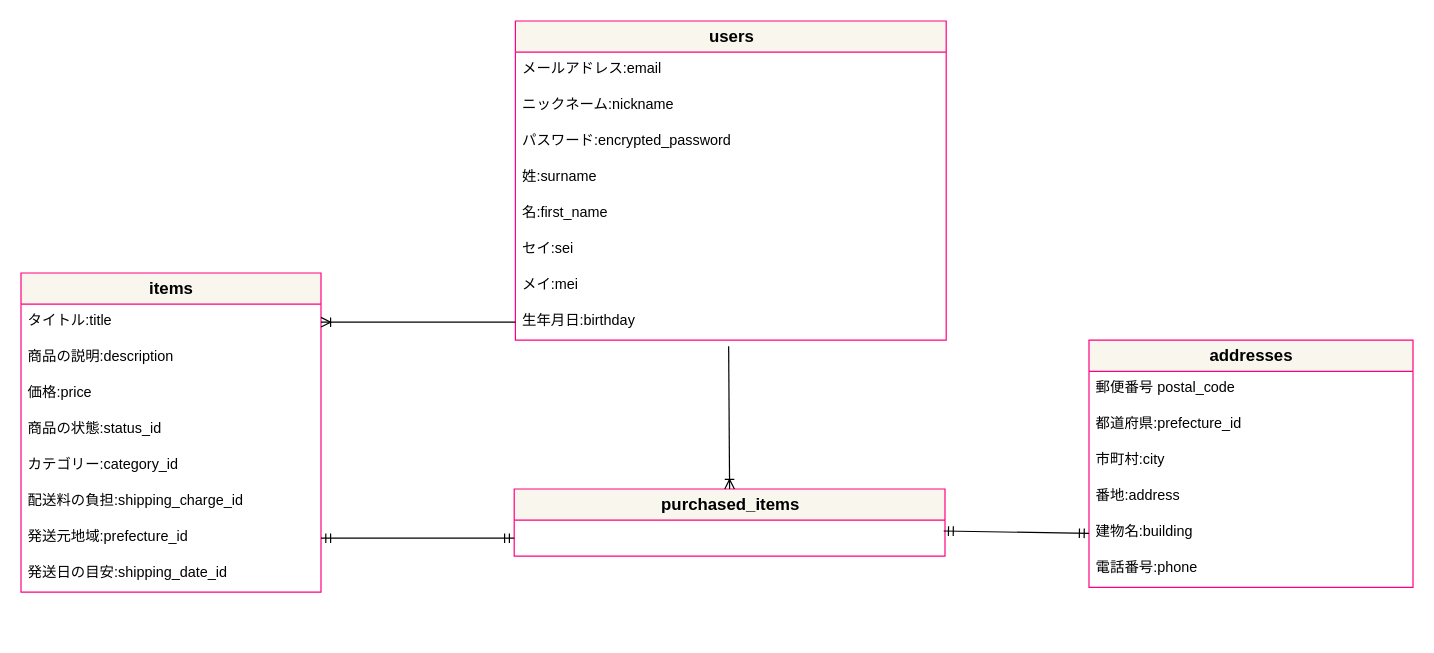
Before: er.dio in MikaArakawa/furima-35455, a draw.io diagram. Source tidied: cells renumbered, new cells numbered last; positions are measured from the earlier drawing's top-left corner, leaving out a move shared by most shapes. Both pictures are drawn from the tidied source at 120%, with x=0, y=0 at pixel (20, 20).
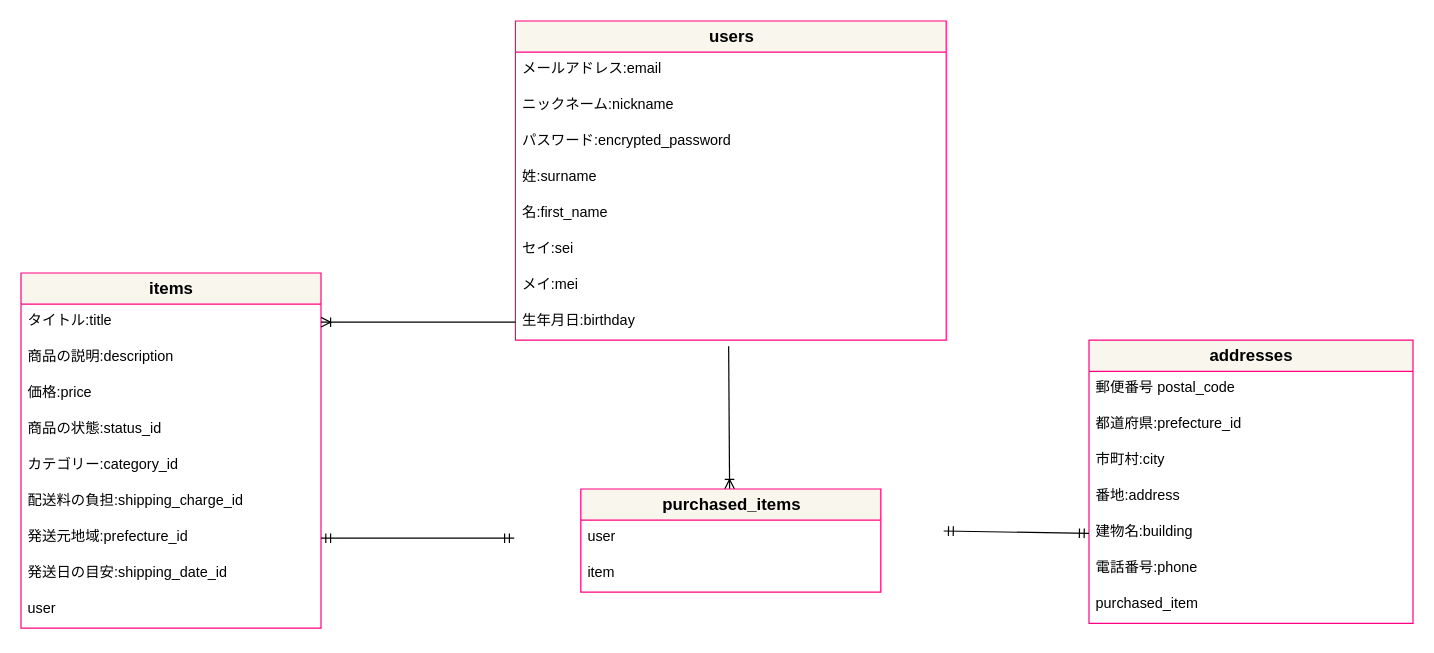
The same diagram, later.

Unchanged cells that the change refers to:
```xml
<mxCell id="27" value="生年月日:birthday" style="text;strokeColor=none;fillColor=none;spacingLeft=4;spacingRight=4;overflow=hidden;points=[[0,0.5],[1,0.5]];portConstraint=eastwest;fontSize=12;" parent="19" vertex="1">
  <mxGeometry y="236" width="359" height="30" as="geometry" />
</mxCell>
```

Change to the diagram source:
```diff
@@
     <mxCell id="2" value="&lt;font color=&quot;#000000&quot;&gt;&lt;b&gt;items&lt;/b&gt;&lt;/font&gt;" style="swimlane;fontStyle=0;horizontal=1;startSize=26;align=center;fontSize=14;strokeColor=#FF0080;fillColor=#f9f7ed;html=1;" parent="1" vertex="1">
-      <mxGeometry y="210" width="250" height="266" as="geometry" />
+      <mxGeometry y="210" width="250" height="296" as="geometry" />
     </mxCell>
@@
-    <mxCell id="11" value="&lt;font color=&quot;#000000&quot;&gt;&lt;b&gt;purchased_items&lt;/b&gt;&lt;/font&gt;" style="swimlane;fontStyle=0;horizontal=1;startSize=26;align=center;fontSize=14;strokeColor=#FF0080;fillColor=#f9f7ed;html=1;" parent="1" vertex="1">
-      <mxGeometry x="411" y="390" width="359" height="56" as="geometry" />
-    </mxCell>
+    <mxCell id="32" value="user" style="text;strokeColor=none;fillColor=none;spacingLeft=4;spacingRight=4;overflow=hidden;fontSize=12;" parent="2" vertex="1">
+      <mxGeometry y="266" width="250" height="30" as="geometry" />
+    </mxCell>
     <mxCell id="12" value="&lt;font color=&quot;#000000&quot;&gt;addresses&lt;/font&gt;" style="swimlane;fontStyle=1;horizontal=1;startSize=26;align=center;fontSize=14;strokeColor=#FF0080;fillColor=#f9f7ed;html=1;" parent="1" vertex="1">
-      <mxGeometry x="890" y="266" width="270" height="206" as="geometry" />
+      <mxGeometry x="890" y="266" width="270" height="236" as="geometry" />
     </mxCell>
@@
+    <mxCell id="33" value="purchased_item" style="text;strokeColor=none;fillColor=none;spacingLeft=4;spacingRight=4;overflow=hidden;fontSize=12;" parent="12" vertex="1">
+      <mxGeometry y="206" width="270" height="30" as="geometry" />
+    </mxCell>
@@
-    <mxCell id="29" style="fontSize=12;html=1;endArrow=ERoneToMany;strokeWidth=1;entryX=0.5;entryY=0;entryDx=0;entryDy=0;exitX=0.495;exitY=1.167;exitDx=0;exitDy=0;exitPerimeter=0;" parent="1" edge="1" source="27" target="11">
-      <mxGeometry relative="1" as="geometry" />
+    <mxCell id="29" style="fontSize=12;html=1;endArrow=ERoneToMany;strokeWidth=1;entryX=0.5;entryY=0;entryDx=0;entryDy=0;exitX=0.495;exitY=1.167;exitDx=0;exitDy=0;exitPerimeter=0;" parent="1" edge="1" source="27">
+      <mxGeometry relative="1" as="geometry">
+        <mxPoint x="590.5" y="390" as="targetPoint" />
+      </mxGeometry>
     </mxCell>
@@
+    <mxCell id="11" value="&lt;b style=&quot;color: rgb(0 , 0 , 0)&quot;&gt;purchased_items&lt;/b&gt;" style="swimlane;fontStyle=0;horizontal=1;startSize=26;align=center;fontSize=14;strokeColor=#FF0080;fillColor=#f9f7ed;html=1;" parent="1" vertex="1">
+      <mxGeometry x="466.5" y="390" width="250" height="86" as="geometry" />
+    </mxCell>
+    <mxCell id="34" value="user" style="text;strokeColor=none;fillColor=none;spacingLeft=4;spacingRight=4;overflow=hidden;fontSize=12;" parent="11" vertex="1">
+      <mxGeometry y="26" width="250" height="30" as="geometry" />
+    </mxCell>
+    <mxCell id="35" value="item" style="text;strokeColor=none;fillColor=none;spacingLeft=4;spacingRight=4;overflow=hidden;fontSize=12;" parent="11" vertex="1">
+      <mxGeometry y="56" width="250" height="30" as="geometry" />
+    </mxCell>
```
